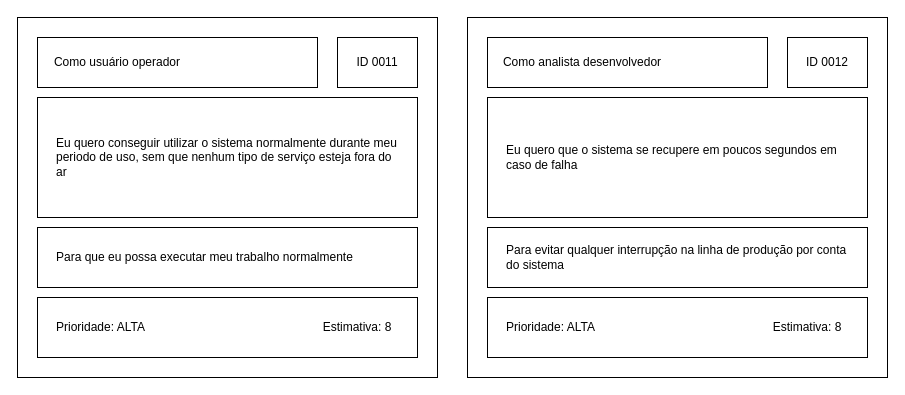
The draw.io diagram sigo-docs/Historias/DISPONIBILIDADE.drawio in Ramonrune/tcc-puc-minas-sigo, before the edit. Source tidied: cells renumbered, new cells numbered last; positions are measured from the earlier drawing's top-left corner, leaving out a move shared by most shapes. Both pictures are drawn from the tidied source at 100%, with x=0, y=0 at pixel (17, 17).
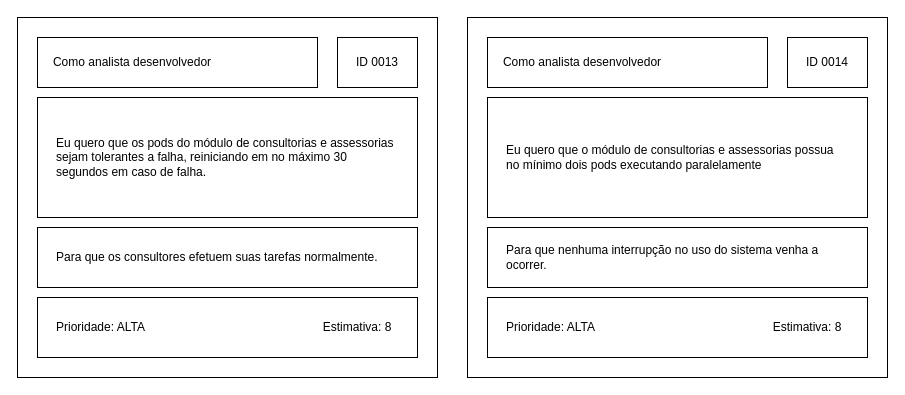
Above is the later version.

Change to the diagram source:
```diff
@@
 <mxGraphModel>
   <root>
     <mxCell id="0" />
     <mxCell id="1" parent="0" />
     <mxCell id="2" style="rounded=0;whiteSpace=wrap;html=1;" parent="1" vertex="1">
       <mxGeometry width="420" height="360" as="geometry" />
     </mxCell>
     <mxCell id="3" style="rounded=0;whiteSpace=wrap;html=1;" parent="1" vertex="1">
       <mxGeometry x="20" y="20" width="280" height="50" as="geometry" />
     </mxCell>
     <mxCell id="4" style="rounded=0;whiteSpace=wrap;html=1;" parent="1" vertex="1">
       <mxGeometry x="320" y="20" width="80" height="50" as="geometry" />
     </mxCell>
-    <mxCell id="5" value="Como usuário operador" style="text;html=1;strokeColor=none;fillColor=none;align=center;verticalAlign=middle;whiteSpace=wrap;rounded=0;" parent="1" vertex="1">
-      <mxGeometry x="30" y="35" width="140" height="20" as="geometry" />
+    <mxCell id="5" value="Como analista desenvolvedor" style="text;html=1;strokeColor=none;fillColor=none;align=center;verticalAlign=middle;whiteSpace=wrap;rounded=0;" parent="1" vertex="1">
+      <mxGeometry x="30" y="35" width="170" height="20" as="geometry" />
     </mxCell>
-    <mxCell id="6" value="ID 0011" style="text;html=1;strokeColor=none;fillColor=none;align=center;verticalAlign=middle;whiteSpace=wrap;rounded=0;" parent="1" vertex="1">
+    <mxCell id="6" value="ID 0013" style="text;html=1;strokeColor=none;fillColor=none;align=center;verticalAlign=middle;whiteSpace=wrap;rounded=0;" parent="1" vertex="1">
       <mxGeometry x="330" y="35" width="60" height="20" as="geometry" />
     </mxCell>
-    <mxCell id="7" value="Eu quero conseguir utilizar o sistema normalmente durante meu periodo de uso, sem que nenhum tipo de serviço esteja fora do ar" style="rounded=0;whiteSpace=wrap;html=1;align=left;spacingLeft=17;spacingRight=17;" parent="1" vertex="1">
+    <mxCell id="7" value="Eu quero que os pods do módulo de consultorias e assessorias sejam tolerantes a falha, reiniciando em no máximo 30 segundos em caso de falha." style="rounded=0;whiteSpace=wrap;html=1;align=left;spacingLeft=17;spacingRight=17;" parent="1" vertex="1">
       <mxGeometry x="20" y="80" width="380" height="120" as="geometry" />
     </mxCell>
-    <mxCell id="8" value="Para que eu possa executar meu trabalho normalmente" style="rounded=0;whiteSpace=wrap;html=1;align=left;spacingLeft=17;spacingRight=17;" parent="1" vertex="1">
+    <mxCell id="8" value="Para que os consultores efetuem suas tarefas normalmente." style="rounded=0;whiteSpace=wrap;html=1;align=left;spacingLeft=17;spacingRight=17;" parent="1" vertex="1">
       <mxGeometry x="20" y="210" width="380" height="60" as="geometry" />
     </mxCell>
     <mxCell id="9" value="Prioridade: ALTA" style="rounded=0;whiteSpace=wrap;html=1;align=left;spacingLeft=17;spacingRight=17;" parent="1" vertex="1">
       <mxGeometry x="20" y="280" width="380" height="60" as="geometry" />
     </mxCell>
     <mxCell id="10" value="Estimativa: 8" style="text;html=1;strokeColor=none;fillColor=none;align=center;verticalAlign=middle;whiteSpace=wrap;rounded=0;" parent="1" vertex="1">
       <mxGeometry x="300" y="300" width="80" height="20" as="geometry" />
     </mxCell>
     <mxCell id="11" style="rounded=0;whiteSpace=wrap;html=1;" parent="1" vertex="1">
       <mxGeometry x="450" width="420" height="360" as="geometry" />
     </mxCell>
     <mxCell id="12" style="rounded=0;whiteSpace=wrap;html=1;" parent="1" vertex="1">
       <mxGeometry x="470" y="20" width="280" height="50" as="geometry" />
     </mxCell>
     <mxCell id="13" style="rounded=0;whiteSpace=wrap;html=1;" parent="1" vertex="1">
       <mxGeometry x="770" y="20" width="80" height="50" as="geometry" />
     </mxCell>
     <mxCell id="14" value="Como analista desenvolvedor" style="text;html=1;strokeColor=none;fillColor=none;align=center;verticalAlign=middle;whiteSpace=wrap;rounded=0;" parent="1" vertex="1">
       <mxGeometry x="480" y="35" width="170" height="20" as="geometry" />
     </mxCell>
-    <mxCell id="15" value="ID 0012" style="text;html=1;strokeColor=none;fillColor=none;align=center;verticalAlign=middle;whiteSpace=wrap;rounded=0;" parent="1" vertex="1">
+    <mxCell id="15" value="ID 0014" style="text;html=1;strokeColor=none;fillColor=none;align=center;verticalAlign=middle;whiteSpace=wrap;rounded=0;" parent="1" vertex="1">
       <mxGeometry x="780" y="35" width="60" height="20" as="geometry" />
     </mxCell>
-    <mxCell id="16" value="Eu quero que o sistema se recupere em poucos segundos em caso de falha" style="rounded=0;whiteSpace=wrap;html=1;align=left;spacingLeft=17;spacingRight=17;" parent="1" vertex="1">
+    <mxCell id="16" value="Eu quero que o módulo de consultorias e assessorias possua no mínimo dois pods executando paralelamente" style="rounded=0;whiteSpace=wrap;html=1;align=left;spacingLeft=17;spacingRight=17;" parent="1" vertex="1">
       <mxGeometry x="470" y="80" width="380" height="120" as="geometry" />
     </mxCell>
-    <mxCell id="17" value="Para evitar qualquer interrupção na linha de produção por conta do sistema" style="rounded=0;whiteSpace=wrap;html=1;align=left;spacingLeft=17;spacingRight=17;" parent="1" vertex="1">
+    <mxCell id="17" value="Para que nenhuma interrupção no uso do sistema venha a ocorrer." style="rounded=0;whiteSpace=wrap;html=1;align=left;spacingLeft=17;spacingRight=17;" parent="1" vertex="1">
       <mxGeometry x="470" y="210" width="380" height="60" as="geometry" />
     </mxCell>
     <mxCell id="18" value="Prioridade: ALTA" style="rounded=0;whiteSpace=wrap;html=1;align=left;spacingLeft=17;spacingRight=17;" parent="1" vertex="1">
       <mxGeometry x="470" y="280" width="380" height="60" as="geometry" />
     </mxCell>
     <mxCell id="19" value="Estimativa: 8" style="text;html=1;strokeColor=none;fillColor=none;align=center;verticalAlign=middle;whiteSpace=wrap;rounded=0;" parent="1" vertex="1">
       <mxGeometry x="750" y="300" width="80" height="20" as="geometry" />
     </mxCell>
   </root>
 </mxGraphModel>
```
